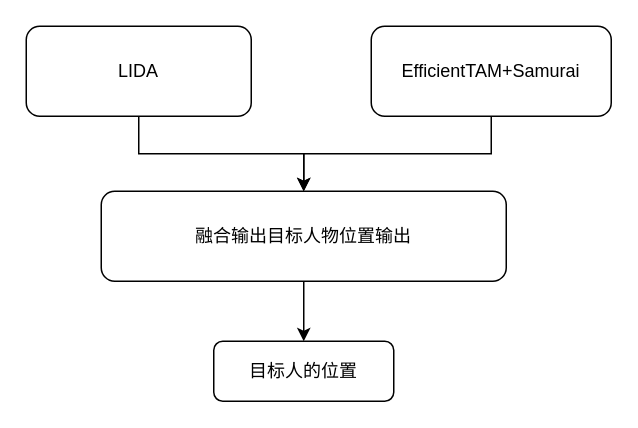
This is WorkSpace/ObjectTrack/LIDA+Camera.drawio from mailonghua/drawio, a draw.io file, before an edit. Source tidied: cells renumbered, new cells numbered last; positions are measured from the earlier drawing's top-left corner, leaving out a move shared by most shapes. Both pictures are drawn from the tidied source at 150%, with x=0, y=0 at pixel (26, 26).
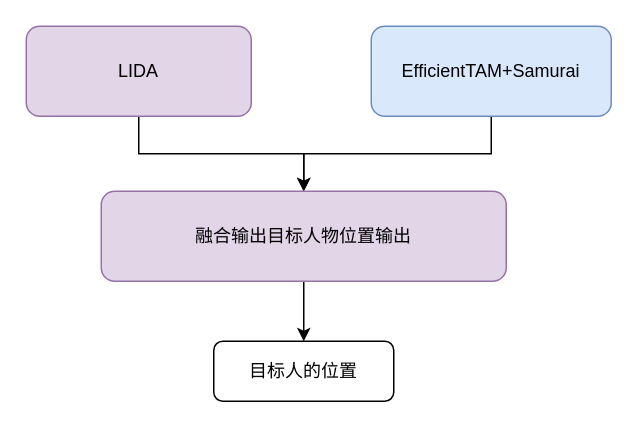
Above is the later version.

Change to the diagram source:
```diff
@@
 <mxGraphModel>
   <root>
     <mxCell id="0" />
     <mxCell id="1" parent="0" />
     <mxCell id="2" style="edgeStyle=orthogonalEdgeStyle;rounded=0;jettySize=auto;html=1;exitX=0.5;exitY=1;exitDx=0;exitDy=0;entryX=0.5;entryY=0;entryDx=0;entryDy=0;" parent="1" edge="1" source="3" target="8">
       <mxGeometry relative="1" as="geometry" />
     </mxCell>
-    <mxCell id="3" value="EfficientTAM+Samurai" style="rounded=1;whiteSpace=wrap;html=1;" parent="1" vertex="1">
+    <mxCell id="3" value="EfficientTAM+Samurai" style="rounded=1;whiteSpace=wrap;html=1;fillColor=#dae8fc;strokeColor=#6c8ebf;" parent="1" vertex="1">
       <mxGeometry x="230" width="160" height="60" as="geometry" />
     </mxCell>
     <mxCell id="4" style="edgeStyle=orthogonalEdgeStyle;rounded=0;jettySize=auto;html=1;exitX=0.5;exitY=1;exitDx=0;exitDy=0;entryX=0.5;entryY=0;entryDx=0;entryDy=0;" parent="1" edge="1" source="5" target="8">
       <mxGeometry relative="1" as="geometry" />
     </mxCell>
-    <mxCell id="5" value="LIDA" style="rounded=1;whiteSpace=wrap;html=1;" parent="1" vertex="1">
+    <mxCell id="5" value="LIDA" style="rounded=1;whiteSpace=wrap;html=1;fillColor=#e1d5e7;strokeColor=#9673a6;" parent="1" vertex="1">
       <mxGeometry width="150" height="60" as="geometry" />
     </mxCell>
     <mxCell id="6" value="目标人的位置" style="rounded=1;whiteSpace=wrap;html=1;" parent="1" vertex="1">
       <mxGeometry x="125" y="210" width="120" height="40" as="geometry" />
     </mxCell>
     <mxCell id="7" style="edgeStyle=orthogonalEdgeStyle;rounded=0;jettySize=auto;html=1;exitX=0.5;exitY=1;exitDx=0;exitDy=0;entryX=0.5;entryY=0;entryDx=0;entryDy=0;" parent="1" edge="1" source="8" target="6">
       <mxGeometry relative="1" as="geometry" />
     </mxCell>
-    <mxCell id="8" value="融合输出目标人物位置输出" style="rounded=1;whiteSpace=wrap;html=1;" parent="1" vertex="1">
+    <mxCell id="8" value="融合输出目标人物位置输出" style="rounded=1;whiteSpace=wrap;html=1;fillColor=#e1d5e7;strokeColor=#9673a6;" parent="1" vertex="1">
       <mxGeometry x="50" y="110" width="270" height="60" as="geometry" />
     </mxCell>
   </root>
 </mxGraphModel>
```
